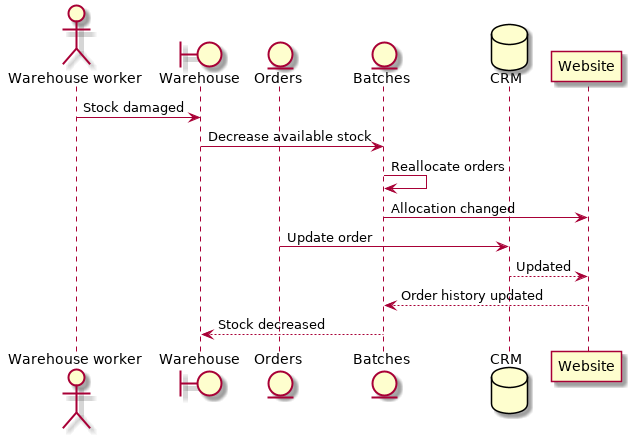
The PlantUML diagram images/command_flow_diagram_2.png in cosmicpython/book, before a commit.
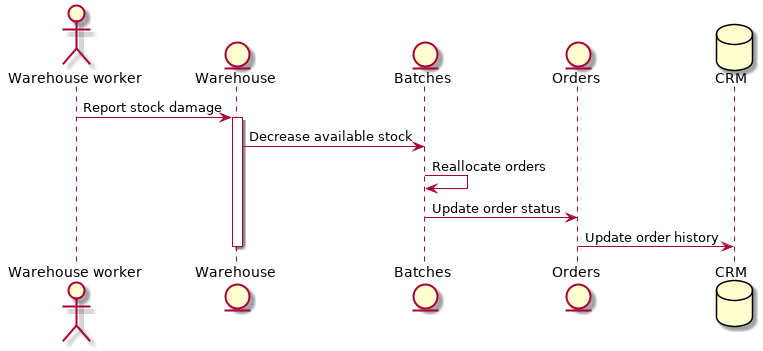
After the commit.

Diff of the diagram source:
```diff
@@ -1,19 +1,18 @@
 @startuml
 
 actor w as "Warehouse worker"
-boundary Warehouse
+entity Warehouse
+entity Batches
 entity Orders
-entity Batches
 database CRM
 
 
-  w -> Warehouse: Stock damaged
+  w -> Warehouse: Report stock damage
+  activate Warehouse
   Warehouse -> Batches: Decrease available stock
   Batches -> Batches: Reallocate orders
-  Batches -> Website: Allocation changed
-  Orders -> CRM: Update order
-  CRM --> Website: Updated
-  Website --> Batches: Order history updated
-  Batches --> Warehouse: Stock decreased
+  Batches -> Orders: Update order status
+  Orders -> CRM: Update order history
+  deactivate Warehouse
 
 @enduml
```
